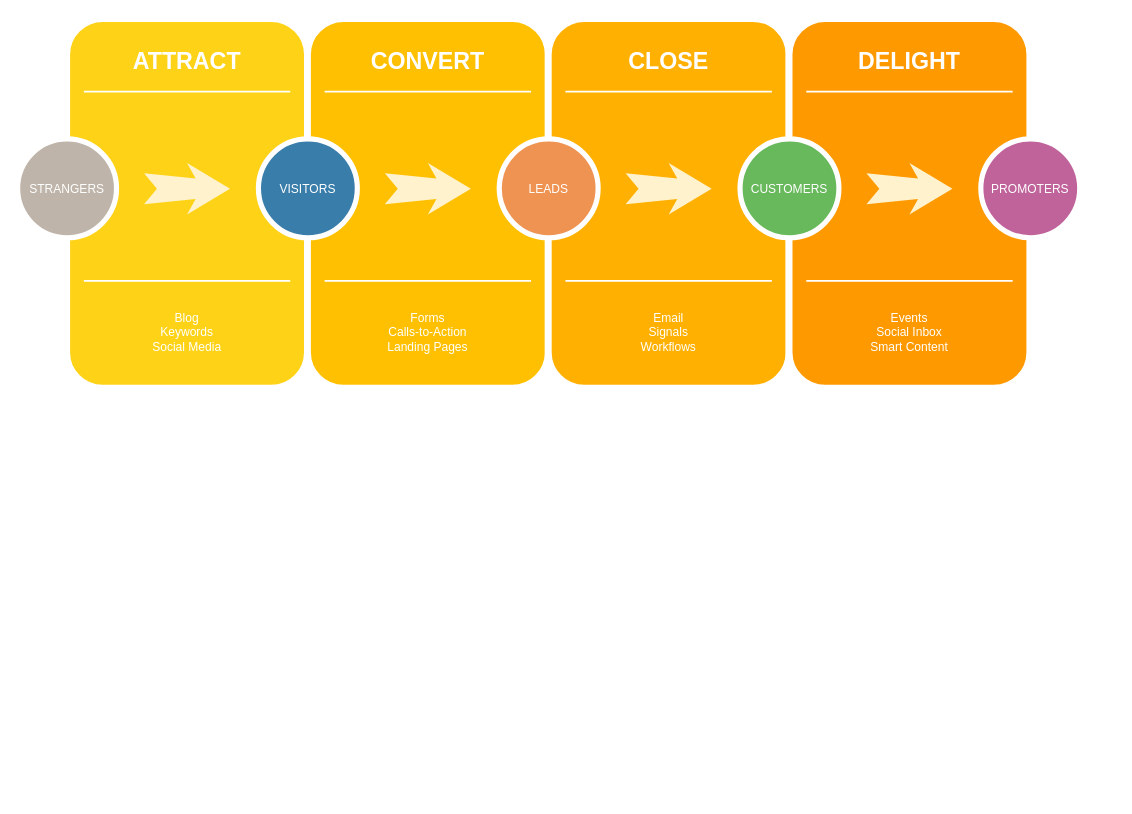
Before: Untitled Diagram.drawio in alanwhitmore/bash-scripts, a draw.io diagram. Source tidied: cells renumbered, new cells numbered last; positions are measured from the earlier drawing's top-left corner, leaving out a move shared by most shapes. Both pictures are drawn from the tidied source at 86%, with x=0, y=0 at pixel (17, 18).
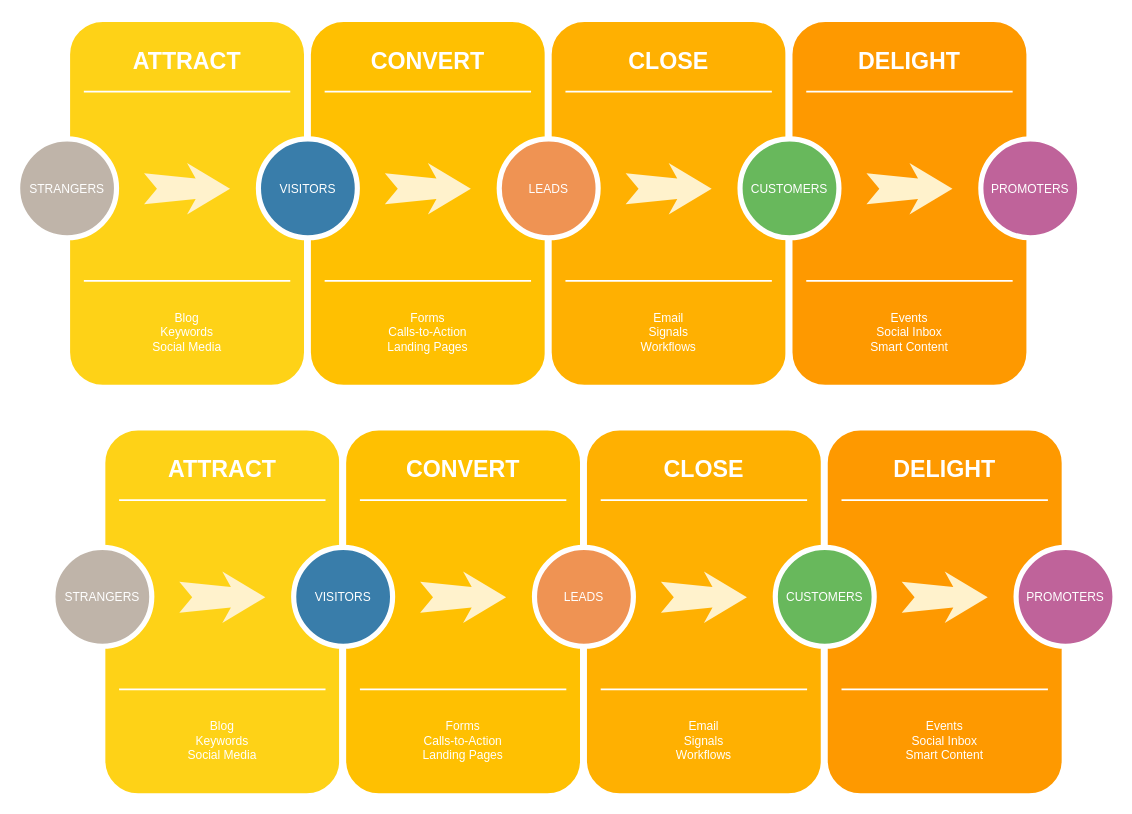
Above is the later version.

What changed in the source:
```diff
@@
+    <mxCell id="31" style="whiteSpace=wrap;html=1;rounded=1;shadow=0;strokeWidth=8;fontSize=20;align=center;fillColor=#FED217;strokeColor=#FFFFFF;" parent="1" vertex="1">
+      <mxGeometry x="98" y="475" width="280" height="430" as="geometry" />
+    </mxCell>
+    <mxCell id="32" value="ATTRACT" style="text;html=1;strokeColor=none;fillColor=none;align=center;verticalAlign=middle;whiteSpace=wrap;rounded=0;shadow=0;fontSize=27;fontColor=#FFFFFF;fontStyle=1;" parent="1" vertex="1">
+      <mxGeometry x="98" y="495" width="280" height="60" as="geometry" />
+    </mxCell>
+    <mxCell id="33" value="Blog&lt;div&gt;Keywords&lt;/div&gt;&lt;div&gt;Social Media&lt;/div&gt;" style="text;html=1;strokeColor=none;fillColor=none;align=center;verticalAlign=middle;whiteSpace=wrap;rounded=0;shadow=0;fontSize=14;fontColor=#FFFFFF;" parent="1" vertex="1">
+      <mxGeometry x="98" y="795" width="280" height="90" as="geometry" />
+    </mxCell>
+    <mxCell id="34" style="line;strokeWidth=2;html=1;rounded=0;shadow=0;fontSize=27;align=center;fillColor=none;strokeColor=#FFFFFF;" parent="1" vertex="1">
+      <mxGeometry x="118" y="555" width="240" height="10" as="geometry" />
+    </mxCell>
+    <mxCell id="35" style="line;strokeWidth=2;html=1;rounded=0;shadow=0;fontSize=27;align=center;fillColor=none;strokeColor=#FFFFFF;" parent="1" vertex="1">
+      <mxGeometry x="118" y="775" width="240" height="10" as="geometry" />
+    </mxCell>
+    <mxCell id="36" value="STRANGERS" style="ellipse;whiteSpace=wrap;html=1;rounded=0;shadow=0;strokeWidth=6;fontSize=14;align=center;fillColor=#BFB4A9;strokeColor=#FFFFFF;fontColor=#FFFFFF;" parent="1" vertex="1">
+      <mxGeometry x="41" y="615" width="115" height="115" as="geometry" />
+    </mxCell>
+    <mxCell id="37" style="html=1;shadow=0;dashed=0;align=center;verticalAlign=middle;shape=mxgraph.arrows2.stylisedArrow;dy=0.6;dx=40;notch=15;feather=0.4;rounded=0;strokeWidth=1;fontSize=27;strokeColor=none;fillColor=#fff2cc;" parent="1" vertex="1">
+      <mxGeometry x="188" y="643" width="100" height="60" as="geometry" />
+    </mxCell>
+    <mxCell id="38" style="whiteSpace=wrap;html=1;rounded=1;shadow=0;strokeWidth=8;fontSize=20;align=center;fillColor=#FFC001;strokeColor=#FFFFFF;" parent="1" vertex="1">
+      <mxGeometry x="378" y="475" width="280" height="430" as="geometry" />
+    </mxCell>
+    <mxCell id="39" value="CONVERT" style="text;html=1;strokeColor=none;fillColor=none;align=center;verticalAlign=middle;whiteSpace=wrap;rounded=0;shadow=0;fontSize=27;fontColor=#FFFFFF;fontStyle=1;" parent="1" vertex="1">
+      <mxGeometry x="378" y="495" width="280" height="60" as="geometry" />
+    </mxCell>
+    <mxCell id="40" value="Forms&lt;div&gt;Calls-to-Action&lt;/div&gt;&lt;div&gt;Landing Pages&lt;/div&gt;" style="text;html=1;strokeColor=none;fillColor=none;align=center;verticalAlign=middle;whiteSpace=wrap;rounded=0;shadow=0;fontSize=14;fontColor=#FFFFFF;" parent="1" vertex="1">
+      <mxGeometry x="378" y="795" width="280" height="90" as="geometry" />
+    </mxCell>
+    <mxCell id="41" style="line;strokeWidth=2;html=1;rounded=0;shadow=0;fontSize=27;align=center;fillColor=none;strokeColor=#FFFFFF;" parent="1" vertex="1">
+      <mxGeometry x="398" y="555" width="240" height="10" as="geometry" />
+    </mxCell>
+    <mxCell id="42" style="line;strokeWidth=2;html=1;rounded=0;shadow=0;fontSize=27;align=center;fillColor=none;strokeColor=#FFFFFF;" parent="1" vertex="1">
+      <mxGeometry x="398" y="775" width="240" height="10" as="geometry" />
+    </mxCell>
+    <mxCell id="43" value="VISITORS" style="ellipse;whiteSpace=wrap;html=1;rounded=0;shadow=0;strokeWidth=6;fontSize=14;align=center;fillColor=#397DAA;strokeColor=#FFFFFF;fontColor=#FFFFFF;" parent="1" vertex="1">
+      <mxGeometry x="321" y="615" width="115" height="115" as="geometry" />
+    </mxCell>
+    <mxCell id="44" style="html=1;shadow=0;dashed=0;align=center;verticalAlign=middle;shape=mxgraph.arrows2.stylisedArrow;dy=0.6;dx=40;notch=15;feather=0.4;rounded=0;strokeWidth=1;fontSize=27;strokeColor=none;fillColor=#fff2cc;" parent="1" vertex="1">
+      <mxGeometry x="468" y="643" width="100" height="60" as="geometry" />
+    </mxCell>
+    <mxCell id="45" style="whiteSpace=wrap;html=1;rounded=1;shadow=0;strokeWidth=8;fontSize=20;align=center;fillColor=#FFB001;strokeColor=#FFFFFF;" parent="1" vertex="1">
+      <mxGeometry x="658" y="475" width="280" height="430" as="geometry" />
+    </mxCell>
+    <mxCell id="46" value="CLOSE" style="text;html=1;strokeColor=none;fillColor=none;align=center;verticalAlign=middle;whiteSpace=wrap;rounded=0;shadow=0;fontSize=27;fontColor=#FFFFFF;fontStyle=1;" parent="1" vertex="1">
+      <mxGeometry x="658" y="495" width="280" height="60" as="geometry" />
+    </mxCell>
+    <mxCell id="47" value="Email&lt;div&gt;Signals&lt;/div&gt;&lt;div&gt;Workflows&lt;/div&gt;" style="text;html=1;strokeColor=none;fillColor=none;align=center;verticalAlign=middle;whiteSpace=wrap;rounded=0;shadow=0;fontSize=14;fontColor=#FFFFFF;" parent="1" vertex="1">
+      <mxGeometry x="658" y="795" width="280" height="90" as="geometry" />
+    </mxCell>
+    <mxCell id="48" style="line;strokeWidth=2;html=1;rounded=0;shadow=0;fontSize=27;align=center;fillColor=none;strokeColor=#FFFFFF;" parent="1" vertex="1">
+      <mxGeometry x="678" y="555" width="240" height="10" as="geometry" />
+    </mxCell>
+    <mxCell id="49" style="line;strokeWidth=2;html=1;rounded=0;shadow=0;fontSize=27;align=center;fillColor=none;strokeColor=#FFFFFF;" parent="1" vertex="1">
+      <mxGeometry x="678" y="775" width="240" height="10" as="geometry" />
+    </mxCell>
+    <mxCell id="50" value="LEADS" style="ellipse;whiteSpace=wrap;html=1;rounded=0;shadow=0;strokeWidth=6;fontSize=14;align=center;fillColor=#EF9353;strokeColor=#FFFFFF;fontColor=#FFFFFF;" parent="1" vertex="1">
+      <mxGeometry x="601" y="615" width="115" height="115" as="geometry" />
+    </mxCell>
+    <mxCell id="51" style="html=1;shadow=0;dashed=0;align=center;verticalAlign=middle;shape=mxgraph.arrows2.stylisedArrow;dy=0.6;dx=40;notch=15;feather=0.4;rounded=0;strokeWidth=1;fontSize=27;strokeColor=none;fillColor=#fff2cc;" parent="1" vertex="1">
+      <mxGeometry x="748" y="643" width="100" height="60" as="geometry" />
+    </mxCell>
+    <mxCell id="52" style="whiteSpace=wrap;html=1;rounded=1;shadow=0;strokeWidth=8;fontSize=20;align=center;fillColor=#FE9900;strokeColor=#FFFFFF;" parent="1" vertex="1">
+      <mxGeometry x="938" y="475" width="280" height="430" as="geometry" />
+    </mxCell>
+    <mxCell id="53" value="DELIGHT" style="text;html=1;strokeColor=none;fillColor=none;align=center;verticalAlign=middle;whiteSpace=wrap;rounded=0;shadow=0;fontSize=27;fontColor=#FFFFFF;fontStyle=1;" parent="1" vertex="1">
+      <mxGeometry x="938" y="495" width="280" height="60" as="geometry" />
+    </mxCell>
+    <mxCell id="54" value="Events&lt;div&gt;Social Inbox&lt;/div&gt;&lt;div&gt;Smart Content&lt;/div&gt;" style="text;html=1;strokeColor=none;fillColor=none;align=center;verticalAlign=middle;whiteSpace=wrap;rounded=0;shadow=0;fontSize=14;fontColor=#FFFFFF;" parent="1" vertex="1">
+      <mxGeometry x="938" y="795" width="280" height="90" as="geometry" />
+    </mxCell>
+    <mxCell id="55" style="line;strokeWidth=2;html=1;rounded=0;shadow=0;fontSize=27;align=center;fillColor=none;strokeColor=#FFFFFF;" parent="1" vertex="1">
+      <mxGeometry x="958" y="555" width="240" height="10" as="geometry" />
+    </mxCell>
+    <mxCell id="56" style="line;strokeWidth=2;html=1;rounded=0;shadow=0;fontSize=27;align=center;fillColor=none;strokeColor=#FFFFFF;" parent="1" vertex="1">
+      <mxGeometry x="958" y="775" width="240" height="10" as="geometry" />
+    </mxCell>
+    <mxCell id="57" value="CUSTOMERS" style="ellipse;whiteSpace=wrap;html=1;rounded=0;shadow=0;strokeWidth=6;fontSize=14;align=center;fillColor=#68B85C;strokeColor=#FFFFFF;fontColor=#FFFFFF;" parent="1" vertex="1">
+      <mxGeometry x="881" y="615" width="115" height="115" as="geometry" />
+    </mxCell>
+    <mxCell id="58" style="html=1;shadow=0;dashed=0;align=center;verticalAlign=middle;shape=mxgraph.arrows2.stylisedArrow;dy=0.6;dx=40;notch=15;feather=0.4;rounded=0;strokeWidth=1;fontSize=27;strokeColor=none;fillColor=#fff2cc;" parent="1" vertex="1">
+      <mxGeometry x="1028" y="643" width="100" height="60" as="geometry" />
+    </mxCell>
+    <mxCell id="59" value="PROMOTERS" style="ellipse;whiteSpace=wrap;html=1;rounded=0;shadow=0;strokeWidth=6;fontSize=14;align=center;fillColor=#BF639A;strokeColor=#FFFFFF;fontColor=#FFFFFF;" parent="1" vertex="1">
+      <mxGeometry x="1161" y="615" width="115" height="115" as="geometry" />
+    </mxCell>
```
